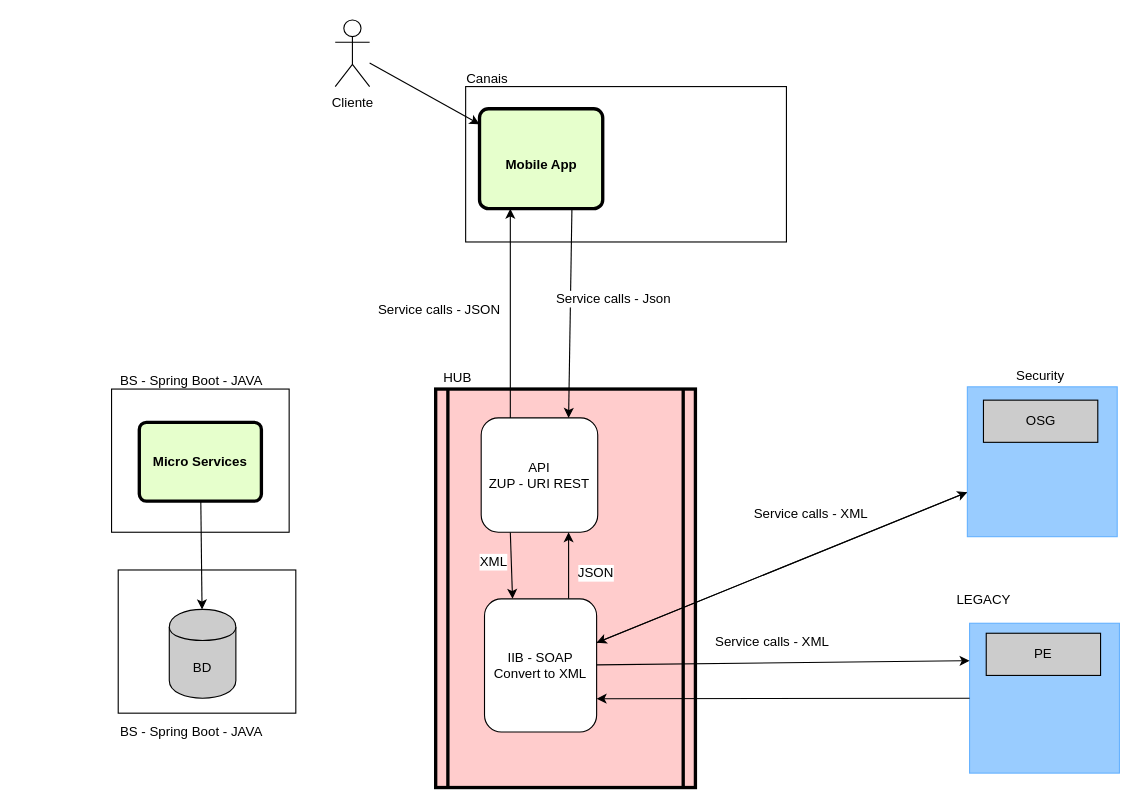
This is Untitled Diagram.drawio from lucypbraz/Projects, a draw.io file, before an edit. Source tidied: cells renumbered, new cells numbered last; positions are measured from the earlier drawing's top-left corner, leaving out a move shared by most shapes. Both pictures are drawn from the tidied source at 111%, with x=0, y=0 at pixel (111, 19).
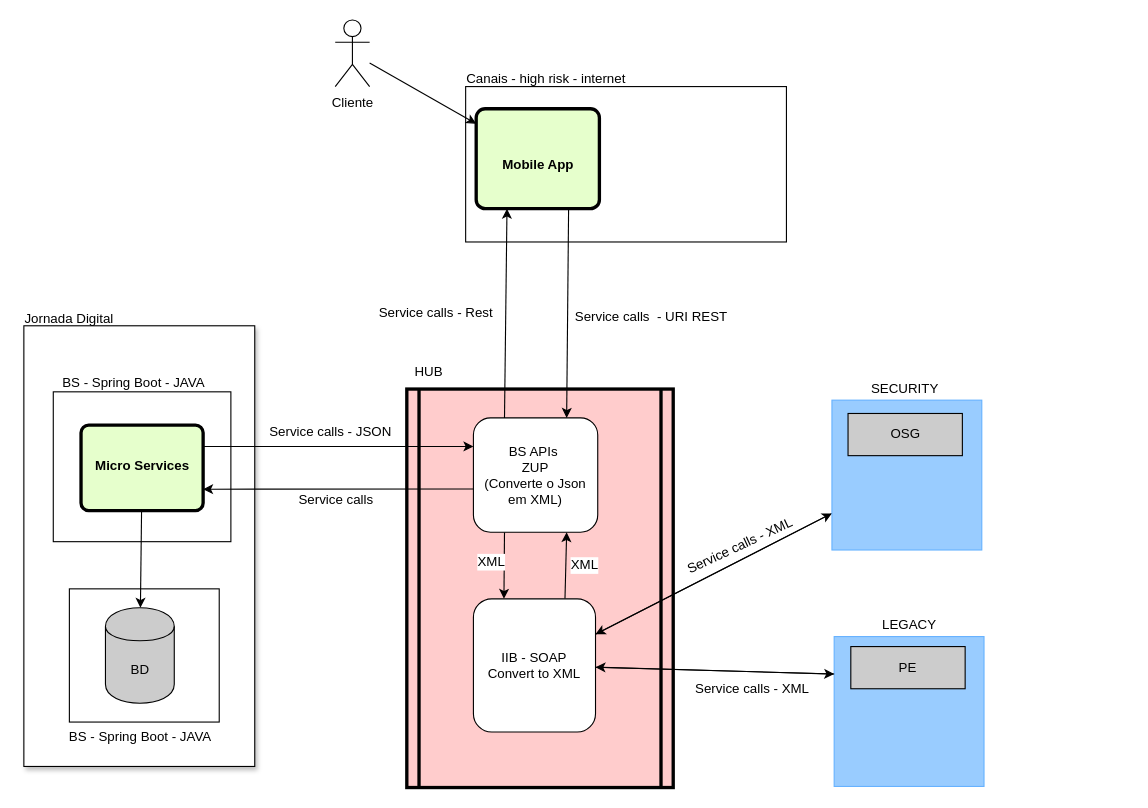
Above is the later version.

Unchanged cells that the change refers to:
```xml
<mxCell id="6" style="edgeStyle=none;rounded=0;jettySize=auto;html=1;entryX=0.75;entryY=0;entryDx=0;entryDy=0;exitX=0.75;exitY=1;exitDx=0;exitDy=0;" parent="1" edge="1" source="8" target="16">
  <mxGeometry relative="1" as="geometry" />
</mxCell>
<mxCell id="12" style="edgeStyle=none;rounded=0;jettySize=auto;html=1;exitX=0.25;exitY=0;exitDx=0;exitDy=0;entryX=0.25;entryY=1;entryDx=0;entryDy=0;" parent="1" edge="1" source="16" target="8">
  <mxGeometry relative="1" as="geometry" />
</mxCell>
<mxCell id="14" style="edgeStyle=none;rounded=0;jettySize=auto;html=1;exitX=0.25;exitY=1;exitDx=0;exitDy=0;entryX=0.25;entryY=0;entryDx=0;entryDy=0;" parent="1" edge="1" source="16" target="21">
  <mxGeometry relative="1" as="geometry" />
</mxCell>
<mxCell id="29" style="edgeStyle=none;rounded=0;jettySize=auto;html=1;entryX=0;entryY=0.25;entryDx=0;entryDy=0;" parent="1" edge="1" source="21" target="3">
  <mxGeometry relative="1" as="geometry" />
</mxCell>
```

The edit, as a diff of the source:
```diff
@@
+    <mxCell id="39" style="rounded=0;whiteSpace=wrap;html=1;shadow=1;" parent="1" vertex="1">
+      <mxGeometry x="-79" y="276" width="208" height="397" as="geometry" />
+    </mxCell>
     <mxCell id="2" style="rounded=0;whiteSpace=wrap;html=1;" parent="1" vertex="1">
-      <mxGeometry x="6" y="496" width="160" height="129" as="geometry" />
+      <mxGeometry x="-38" y="513" width="135" height="120" as="geometry" />
     </mxCell>
     <mxCell id="3" style="whiteSpace=wrap;html=1;strokeColor=#66B2FF;fillColor=#99CCFF;" parent="1" vertex="1">
-      <mxGeometry x="773" y="544" width="135" height="135" as="geometry" />
+      <mxGeometry x="651" y="556" width="135" height="135" as="geometry" />
     </mxCell>
     <mxCell id="4" style="shape=process;whiteSpace=wrap;align=center;verticalAlign=middle;size=0.0475;fontStyle=1;strokeWidth=3;fillColor=#FFCCCC;rotation=0;" parent="1" vertex="1">
-      <mxGeometry x="292" y="333" width="234" height="359" as="geometry" />
+      <mxGeometry x="266" y="333" width="240" height="359" as="geometry" />
     </mxCell>
@@
-    <mxCell id="7" value="Service calls - Json" style="text;html=1;align=center;verticalAlign=middle;labelBackgroundColor=#ffffff;" parent="6" vertex="1">
+    <mxCell id="7" value="Service calls&amp;nbsp; -&amp;nbsp;&lt;span&gt;URI REST&lt;/span&gt;" style="text;html=1;align=center;verticalAlign=middle;labelBackgroundColor=#ffffff;" parent="6" vertex="1">
       <mxGeometry x="-0.12" y="2" relative="1" as="geometry">
-        <mxPoint x="36" y="-2.5" as="offset" />
+        <mxPoint x="72.5" y="13.5" as="offset" />
       </mxGeometry>
     </mxCell>
     <mxCell id="8" value="&lt;br&gt;&lt;br&gt;&lt;br&gt;Mobile App&lt;br&gt;" style="verticalAlign=middle;align=center;overflow=fill;fontSize=12;fontFamily=Helvetica;html=1;rounded=1;fontStyle=1;strokeWidth=3;fillColor=#E6FFCC;arcSize=9;" parent="1" vertex="1">
-      <mxGeometry x="331.5" y="80.5" width="111" height="90" as="geometry" />
+      <mxGeometry x="328.5" y="80.5" width="111" height="90" as="geometry" />
     </mxCell>
@@
-    <mxCell id="11" value="Canais" style="text;html=1;align=left;verticalAlign=top;spacingTop=-4;" parent="1" vertex="1">
-      <mxGeometry x="318" y="43.5" width="50" height="10" as="geometry" />
+    <mxCell id="11" value="Canais - high risk - internet" style="text;html=1;align=left;verticalAlign=top;spacingTop=-4;" parent="1" vertex="1">
+      <mxGeometry x="318" y="43.5" width="160" height="10" as="geometry" />
     </mxCell>
@@
-    <mxCell id="13" value="Service calls - JSON" style="text;html=1;align=center;verticalAlign=middle;labelBackgroundColor=#ffffff;" parent="12" vertex="1">
+    <mxCell id="13" value="Service calls - Rest" style="text;html=1;align=center;verticalAlign=middle;labelBackgroundColor=#ffffff;" parent="12" vertex="1">
       <mxGeometry x="0.18" y="2" relative="1" as="geometry">
-        <mxPoint x="-63" y="13" as="offset" />
+        <mxPoint x="-61.5" y="17" as="offset" />
       </mxGeometry>
     </mxCell>
@@
-    <mxCell id="15" value="JSON" style="text;html=1;align=center;verticalAlign=middle;labelBackgroundColor=#ffffff;" parent="14" vertex="1">
+    <mxCell id="15" value="XML" style="text;html=1;align=center;verticalAlign=middle;labelBackgroundColor=#ffffff;" parent="14" vertex="1">
       <mxGeometry x="-0.56" y="-1" relative="1" as="geometry">
-        <mxPoint x="77" y="23.5" as="offset" />
+        <mxPoint x="73" y="17" as="offset" />
       </mxGeometry>
     </mxCell>
-    <mxCell id="16" value="&lt;span&gt;API &lt;br&gt;ZUP - URI REST&lt;/span&gt;" style="rounded=1;whiteSpace=wrap;html=1;" parent="1" vertex="1">
-      <mxGeometry x="333" y="359" width="105" height="103" as="geometry" />
+    <mxCell id="16" value="&lt;span&gt;BS APIs&amp;nbsp;&lt;br&gt;ZUP&lt;br&gt;(Converte o Json em XML)&lt;br&gt;&lt;/span&gt;" style="rounded=1;whiteSpace=wrap;html=1;" parent="1" vertex="1">
+      <mxGeometry x="326" y="359" width="112" height="103" as="geometry" />
     </mxCell>
     <mxCell id="17" value="&lt;span&gt;HUB&lt;/span&gt;" style="text;html=1;strokeColor=none;fillColor=none;align=center;verticalAlign=middle;whiteSpace=wrap;rounded=0;rotation=0;" parent="1" vertex="1">
-      <mxGeometry x="291.5" y="313" width="40" height="20" as="geometry" />
+      <mxGeometry x="266" y="308" width="40" height="20" as="geometry" />
     </mxCell>
@@
     <mxCell id="21" value="IIB - SOAP&lt;br&gt;Convert to XML&lt;br&gt;" style="rounded=1;whiteSpace=wrap;html=1;" parent="1" vertex="1">
-      <mxGeometry x="336" y="522" width="101" height="120" as="geometry" />
+      <mxGeometry x="326" y="522" width="110" height="120" as="geometry" />
     </mxCell>
     <mxCell id="22" value="LEGACY" style="text;html=1;strokeColor=none;fillColor=none;align=center;verticalAlign=middle;whiteSpace=wrap;rounded=0;" parent="1" vertex="1">
-      <mxGeometry x="765.5" y="513" width="40" height="20" as="geometry" />
+      <mxGeometry x="698.5" y="536" width="40" height="20" as="geometry" />
     </mxCell>
     <mxCell id="23" value="PE" style="rounded=0;whiteSpace=wrap;html=1;fillColor=#CCCCCC;strokeColor=#000000;shadow=0;" parent="1" vertex="1">
-      <mxGeometry x="788" y="553" width="103" height="38" as="geometry" />
+      <mxGeometry x="666" y="565" width="103" height="38" as="geometry" />
     </mxCell>
@@
     <mxCell id="26" style="whiteSpace=wrap;html=1;strokeColor=#66B2FF;fillColor=#99CCFF;" parent="1" vertex="1">
-      <mxGeometry x="771" y="331" width="135" height="135" as="geometry" />
+      <mxGeometry x="649" y="343" width="135" height="135" as="geometry" />
     </mxCell>
     <mxCell id="27" value="OSG" style="rounded=0;whiteSpace=wrap;html=1;fillColor=#CCCCCC;strokeColor=#000000;shadow=0;" parent="1" vertex="1">
-      <mxGeometry x="785.5" y="343" width="103" height="38" as="geometry" />
+      <mxGeometry x="663.5" y="355" width="103" height="38" as="geometry" />
     </mxCell>
-    <mxCell id="28" value="Security" style="text;html=1;strokeColor=none;fillColor=none;align=center;verticalAlign=middle;whiteSpace=wrap;rounded=0;" parent="1" vertex="1">
-      <mxGeometry x="817" y="311" width="40" height="20" as="geometry" />
+    <mxCell id="28" value="SECURITY" style="text;html=1;strokeColor=none;fillColor=none;align=center;verticalAlign=middle;whiteSpace=wrap;rounded=0;" parent="1" vertex="1">
+      <mxGeometry x="695" y="323" width="40" height="20" as="geometry" />
     </mxCell>
@@
     <mxCell id="30" value="Service calls - XML" style="text;html=1;align=center;verticalAlign=middle;labelBackgroundColor=#ffffff;" parent="29" vertex="1">
       <mxGeometry x="0.34" y="2" relative="1" as="geometry">
-        <mxPoint x="-67" y="-16.5" as="offset" />
+        <mxPoint x="-3" y="17" as="offset" />
       </mxGeometry>
     </mxCell>
-    <mxCell id="31" style="edgeStyle=none;rounded=0;jettySize=auto;html=1;entryX=1;entryY=0.75;entryDx=0;entryDy=0;" parent="1" edge="1" source="3" target="21">
+    <mxCell id="31" style="edgeStyle=none;rounded=0;jettySize=auto;html=1;exitX=0;exitY=0.25;exitDx=0;exitDy=0;" parent="1" edge="1" source="3" target="21">
       <mxGeometry relative="1" as="geometry" />
     </mxCell>
-    <mxCell id="32" value="Service calls - XML" style="text;html=1;" parent="1" vertex="1">
-      <mxGeometry x="577" y="432" width="130" height="30" as="geometry" />
+    <mxCell id="32" value="Service calls - XML" style="text;html=1;rotation=-25;" parent="1" vertex="1">
+      <mxGeometry x="512" y="455.5" width="130" height="30" as="geometry" />
     </mxCell>
     <mxCell id="33" style="rounded=0;whiteSpace=wrap;html=1;" parent="1" vertex="1">
-      <mxGeometry y="333" width="160" height="129" as="geometry" />
+      <mxGeometry x="-52.5" y="335.5" width="160" height="135" as="geometry" />
     </mxCell>
@@
+    <mxCell id="40" style="edgeStyle=none;rounded=0;jettySize=auto;html=1;exitX=1;exitY=0.25;exitDx=0;exitDy=0;entryX=0;entryY=0.25;entryDx=0;entryDy=0;" parent="1" edge="1" source="35" target="16">
+      <mxGeometry relative="1" as="geometry" />
+    </mxCell>
+    <mxCell id="41" value="Service calls - JSON" style="text;html=1;align=center;verticalAlign=middle;labelBackgroundColor=#ffffff;" parent="40" vertex="1">
+      <mxGeometry x="-0.15" y="-2" relative="1" as="geometry">
+        <mxPoint x="10.5" y="-15" as="offset" />
+      </mxGeometry>
+    </mxCell>
     <mxCell id="35" value="&lt;br&gt;&lt;br&gt;Micro Services&lt;br&gt;" style="verticalAlign=middle;align=center;overflow=fill;fontSize=12;fontFamily=Helvetica;html=1;rounded=1;fontStyle=1;strokeWidth=3;fillColor=#E6FFCC;arcSize=9;" parent="1" vertex="1">
-      <mxGeometry x="25" y="363" width="110" height="71" as="geometry" />
+      <mxGeometry x="-27.5" y="365.5" width="110" height="77" as="geometry" />
     </mxCell>
     <mxCell id="36" value="BS - Spring Boot - JAVA" style="text;html=1;align=left;verticalAlign=top;spacingTop=-4;" parent="1" vertex="1">
-      <mxGeometry x="6" y="315.5" width="140" height="10" as="geometry" />
+      <mxGeometry x="-46.5" y="318" width="140" height="10" as="geometry" />
     </mxCell>
     <mxCell id="37" value="BD" style="shape=cylinder;whiteSpace=wrap;html=1;boundedLbl=1;backgroundOutline=1;shadow=0;strokeColor=#000000;fillColor=#CCCCCC;" parent="1" vertex="1">
-      <mxGeometry x="52" y="531.5" width="60" height="80" as="geometry" />
+      <mxGeometry x="-5.5" y="530" width="62" height="86" as="geometry" />
     </mxCell>
     <mxCell id="38" value="BS - Spring Boot - JAVA" style="text;html=1;align=left;verticalAlign=top;spacingTop=-4;" parent="1" vertex="1">
-      <mxGeometry x="6" y="631.5" width="140" height="10" as="geometry" />
+      <mxGeometry x="-40.5" y="637" width="140" height="10" as="geometry" />
     </mxCell>
+    <mxCell id="42" style="edgeStyle=none;rounded=0;jettySize=auto;html=1;entryX=1;entryY=0.75;entryDx=0;entryDy=0;" parent="1" edge="1" target="35">
+      <mxGeometry relative="1" as="geometry">
+        <mxPoint x="326" y="423" as="sourcePoint" />
+      </mxGeometry>
+    </mxCell>
+    <mxCell id="43" value="Service calls" style="text;html=1;align=center;verticalAlign=middle;labelBackgroundColor=#ffffff;" parent="42" vertex="1">
+      <mxGeometry x="-0.09" y="2" relative="1" as="geometry">
+        <mxPoint x="-14" y="7" as="offset" />
+      </mxGeometry>
+    </mxCell>
+    <mxCell id="44" value="Jornada Digital" style="text;html=1;align=left;verticalAlign=top;spacingTop=-4;" parent="1" vertex="1">
+      <mxGeometry x="-80.5" y="260" width="100" height="10" as="geometry" />
+    </mxCell>
```
